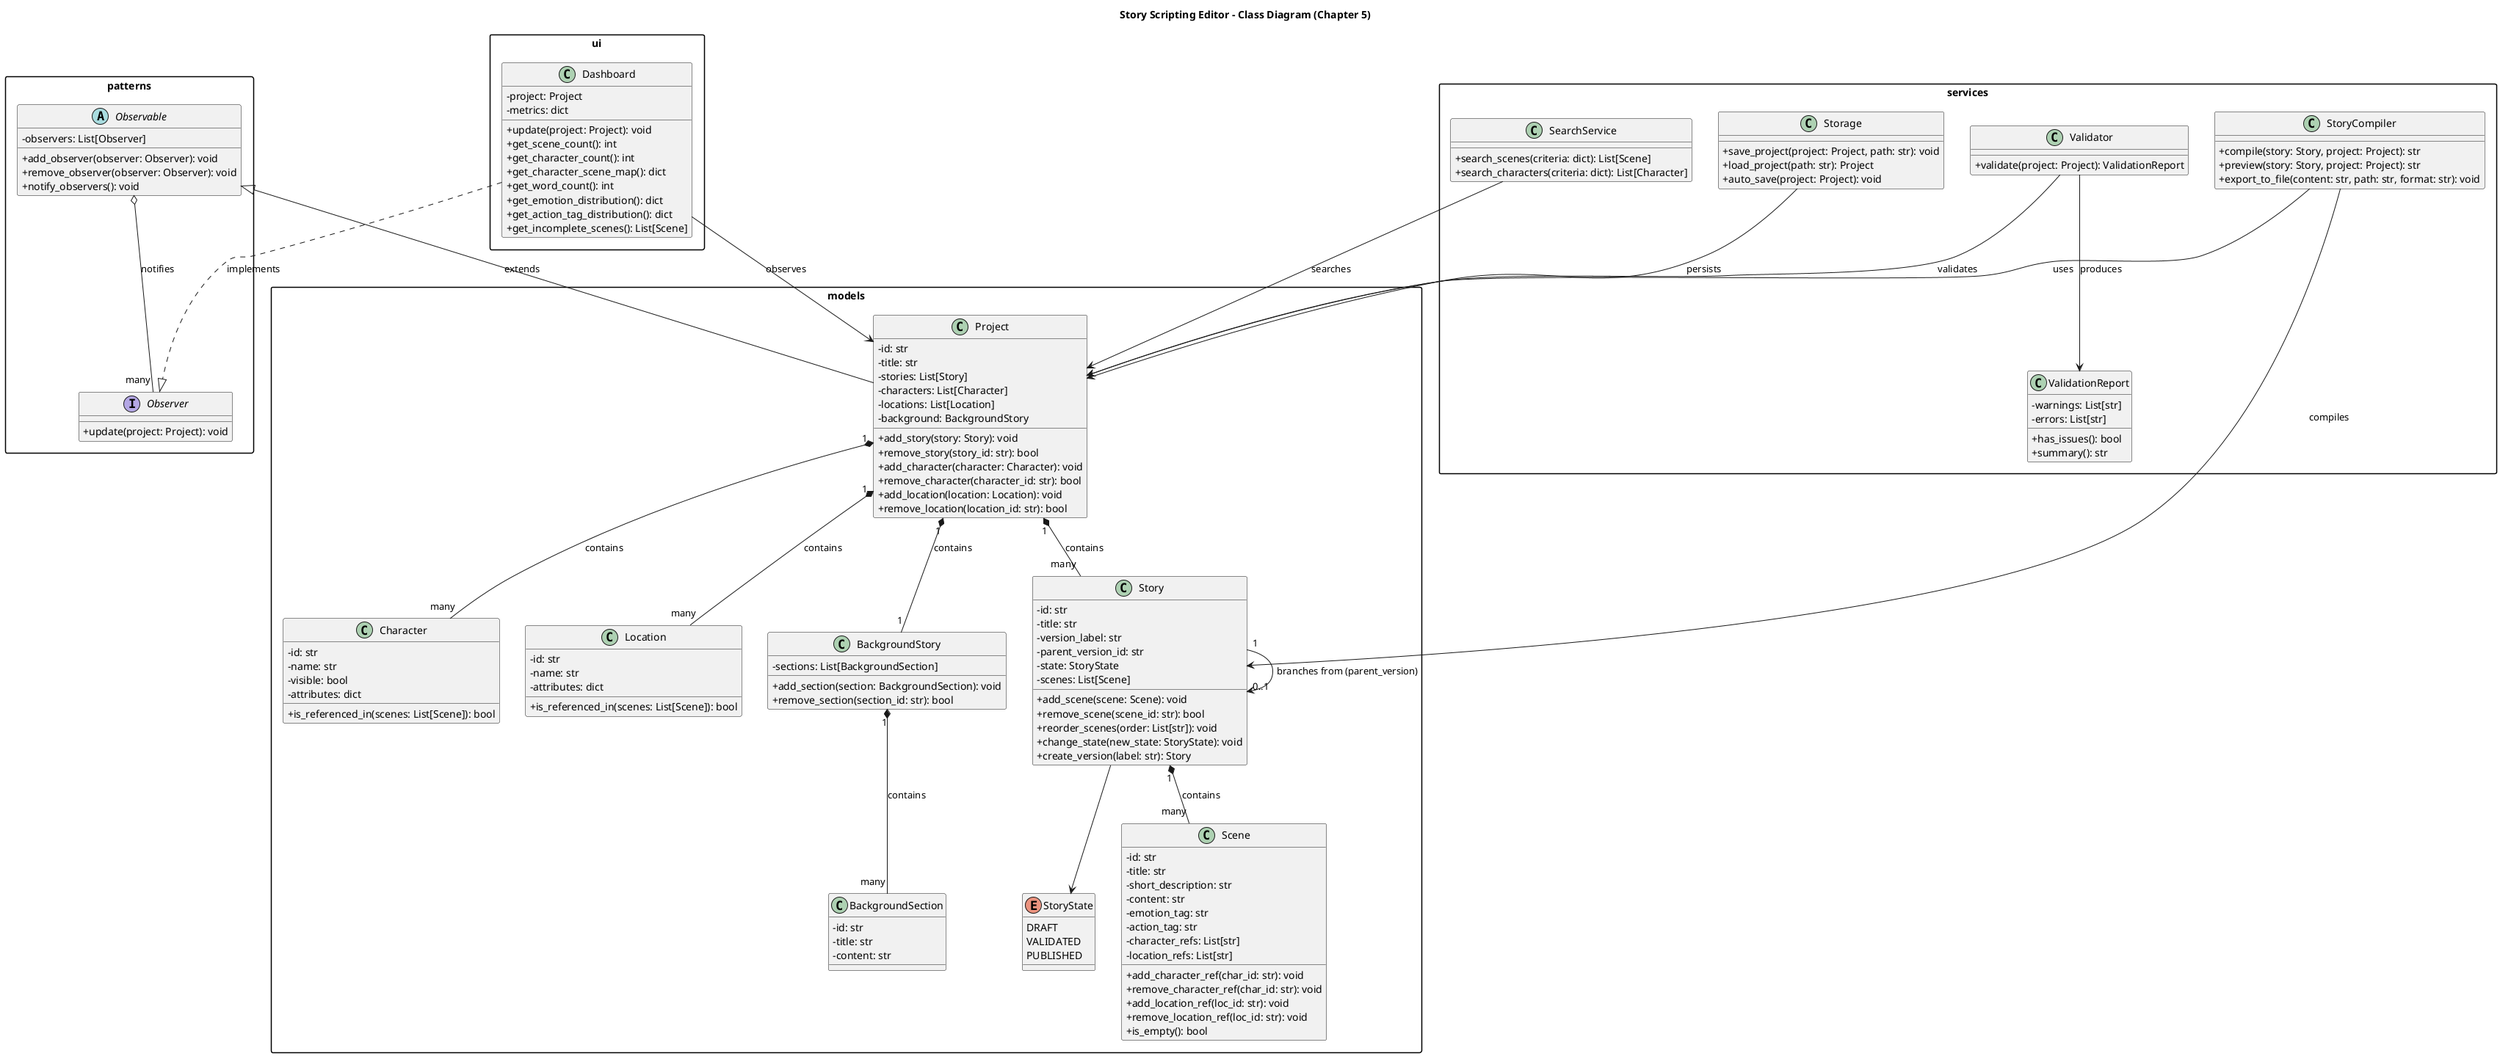
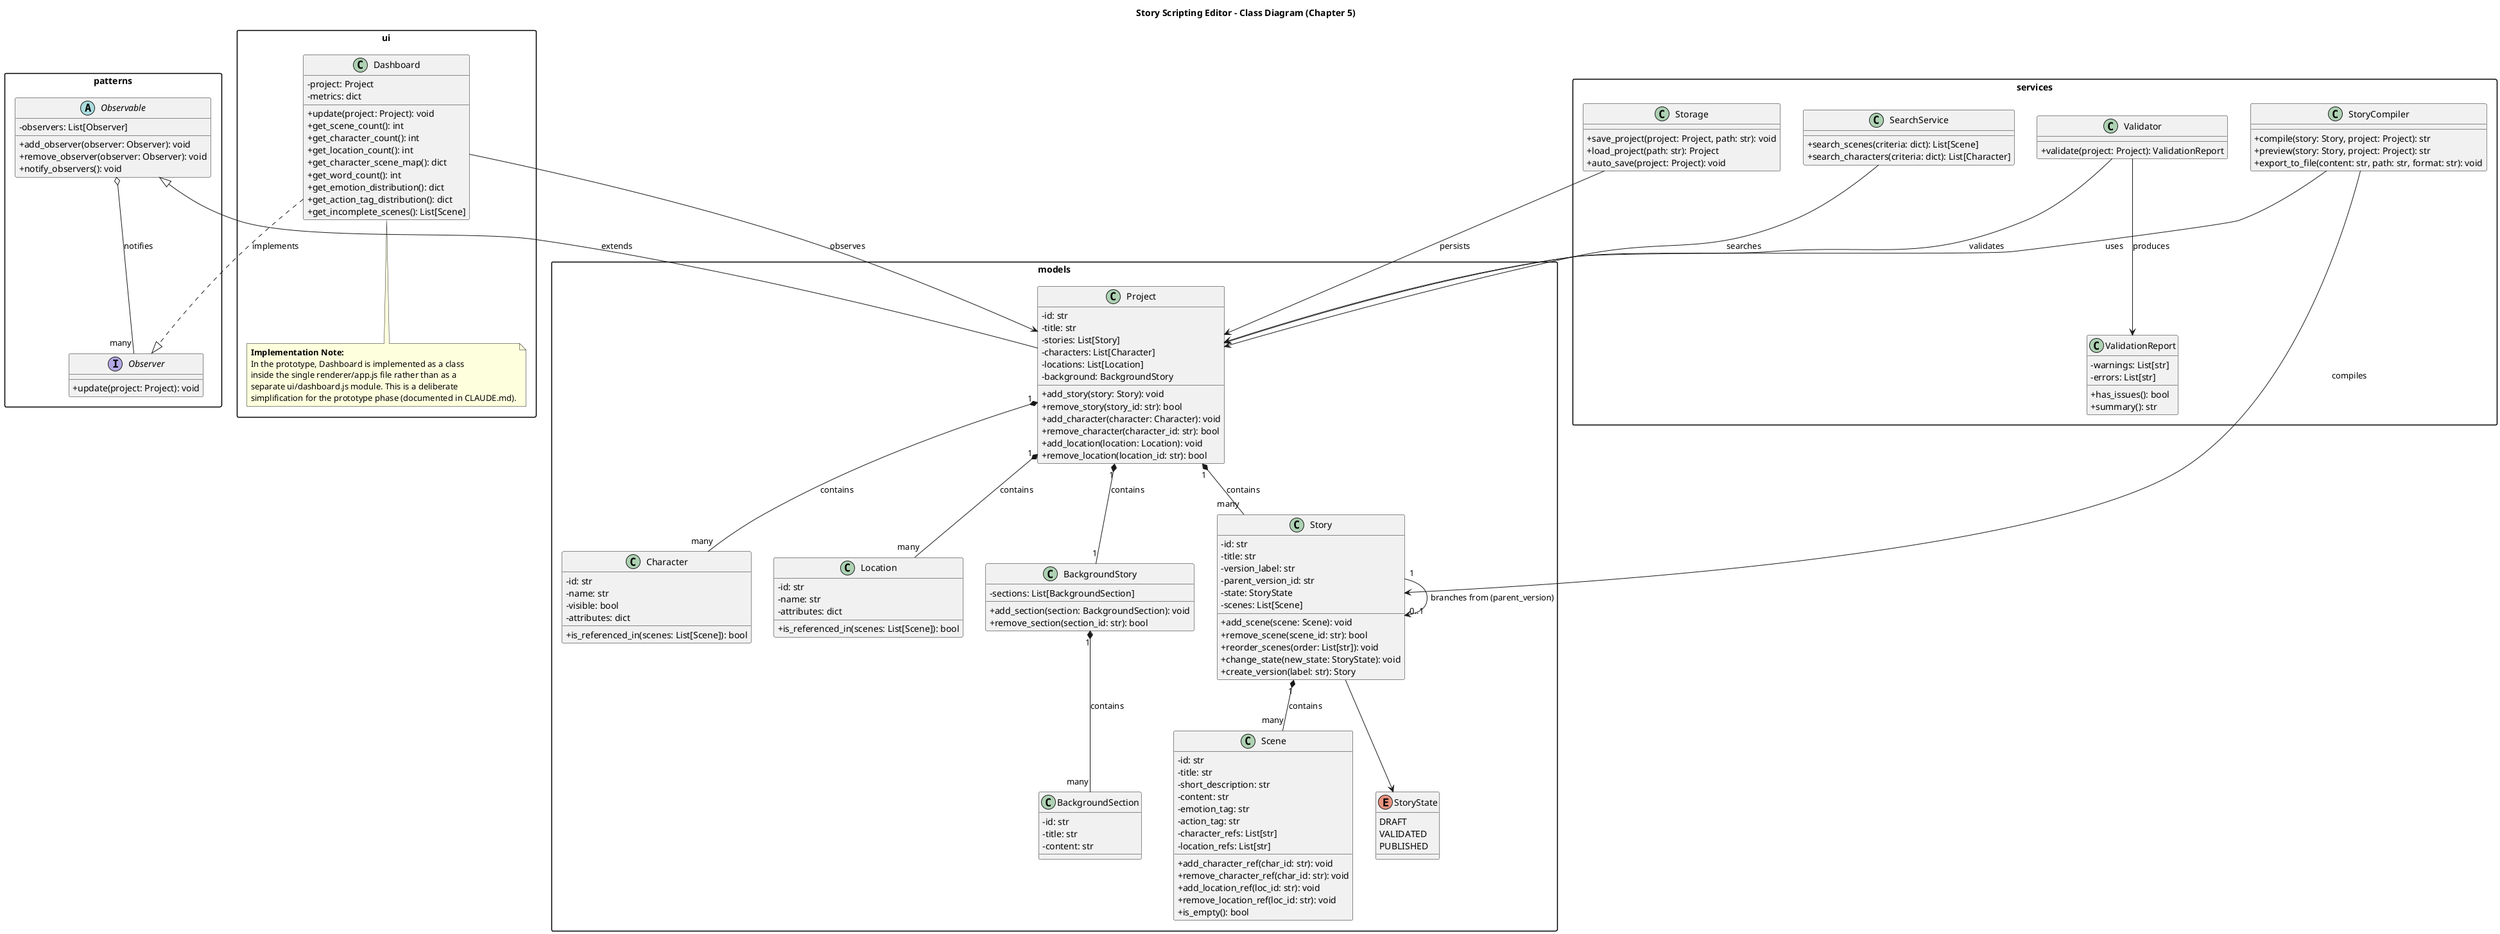
@startuml ClassDiagram
skinparam classAttributeIconSize 0
skinparam packageStyle rectangle
title Story Scripting Editor - Class Diagram (Chapter 5)

package "patterns" {
  interface Observer {
    + update(project: Project): void
  }

  abstract class Observable {
    - observers: List[Observer]
    + add_observer(observer: Observer): void
    + remove_observer(observer: Observer): void
    + notify_observers(): void
  }
}

package "models" {
  enum StoryState {
    DRAFT
    VALIDATED
    PUBLISHED
  }

  class Project {
    - id: str
    - title: str
    - stories: List[Story]
    - characters: List[Character]
    - locations: List[Location]
    - background: BackgroundStory
    + add_story(story: Story): void
    + remove_story(story_id: str): bool
    + add_character(character: Character): void
    + remove_character(character_id: str): bool
    + add_location(location: Location): void
    + remove_location(location_id: str): bool
  }

  class Story {
    - id: str
    - title: str
    - version_label: str
    - parent_version_id: str
    - state: StoryState
    - scenes: List[Scene]
    + add_scene(scene: Scene): void
    + remove_scene(scene_id: str): bool
    + reorder_scenes(order: List[str]): void
    + change_state(new_state: StoryState): void
    + create_version(label: str): Story
  }

  class Scene {
    - id: str
    - title: str
    - short_description: str
    - content: str
    - emotion_tag: str
    - action_tag: str
    - character_refs: List[str]
    - location_refs: List[str]
    + add_character_ref(char_id: str): void
    + remove_character_ref(char_id: str): void
    + add_location_ref(loc_id: str): void
    + remove_location_ref(loc_id: str): void
    + is_empty(): bool
  }

  class Character {
    - id: str
    - name: str
    - visible: bool
    - attributes: dict
    + is_referenced_in(scenes: List[Scene]): bool
  }

  class Location {
    - id: str
    - name: str
    - attributes: dict
    + is_referenced_in(scenes: List[Scene]): bool
  }

  class BackgroundStory {
    - sections: List[BackgroundSection]
    + add_section(section: BackgroundSection): void
    + remove_section(section_id: str): bool
  }

  class BackgroundSection {
    - id: str
    - title: str
    - content: str
  }
}

package "services" {
  class Validator {
    + validate(project: Project): ValidationReport
  }

  class ValidationReport {
    - warnings: List[str]
    - errors: List[str]
    + has_issues(): bool
    + summary(): str
  }

  class StoryCompiler {
    + compile(story: Story, project: Project): str
    + preview(story: Story, project: Project): str
    + export_to_file(content: str, path: str, format: str): void
  }

  class SearchService {
    + search_scenes(criteria: dict): List[Scene]
    + search_characters(criteria: dict): List[Character]
  }

  class Storage {
    + save_project(project: Project, path: str): void
    + load_project(path: str): Project
    + auto_save(project: Project): void
  }
}

package "ui" {
  class Dashboard {
    - project: Project
    - metrics: dict
    + update(project: Project): void
    + get_scene_count(): int
    + get_character_count(): int
+     + get_location_count(): int
    + get_character_scene_map(): dict
    + get_word_count(): int
    + get_emotion_distribution(): dict
    + get_action_tag_distribution(): dict
    + get_incomplete_scenes(): List[Scene]
  }
+ 
+   note bottom of Dashboard
+     **Implementation Note:**
+     In the prototype, Dashboard is implemented as a class
+     inside the single renderer/app.js file rather than as a
+     separate ui/dashboard.js module. This is a deliberate
+     simplification for the prototype phase (documented in CLAUDE.md).
+   end note
}

' --- Observer pattern wiring ---
Observable <|-- Project : extends
Observable o-- "many" Observer : notifies
Dashboard ..|> Observer : implements
Dashboard --> Project : observes

' --- Domain model relationships ---
Project "1" *-- "many" Story : contains
Project "1" *-- "many" Character : contains
Project "1" *-- "many" Location : contains
Project "1" *-- "1" BackgroundStory : contains

Story "1" *-- "many" Scene : contains
Story --> StoryState
Story "1" --> "0..1" Story : branches from (parent_version)

BackgroundStory "1" *-- "many" BackgroundSection : contains

' --- Service relationships ---
Validator --> Project : validates
Validator --> ValidationReport : produces

StoryCompiler --> Story : compiles
StoryCompiler --> Project : uses

SearchService --> Project : searches

Storage --> Project : persists

@enduml
